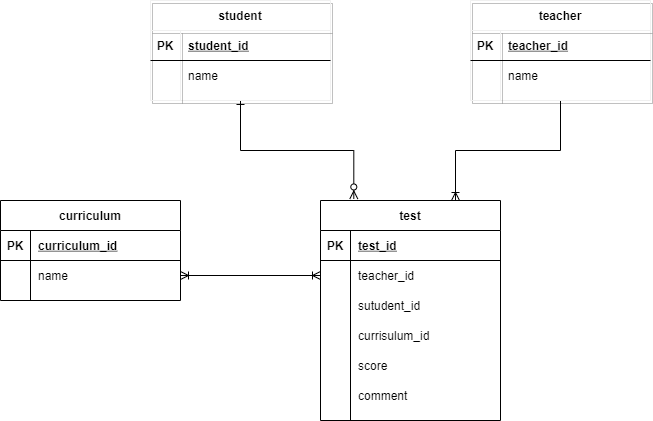
Earlier version of the draw.io export index.drawio.png (hayashi-syake/20210512_hayashi). Source tidied: cells renumbered, new cells last; positions are measured from the earlier drawing's top-left corner, leaving out a move shared by most shapes.
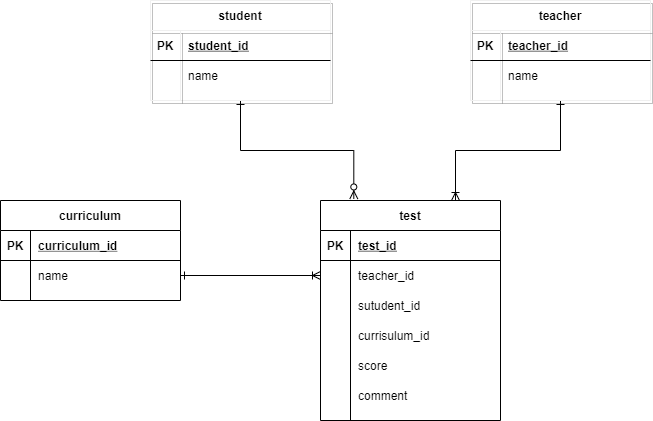
The same diagram one commit later.

Commit message:
カーディナリティ

The edit, as a diff of the source:
```diff
@@ -62,7 +62,7 @@
     <mxCell id="19" value="name" style="shape=partialRectangle;fillColor=none;top=0;left=0;bottom=0;right=0;align=left;spacingLeft=6;overflow=hidden;" parent="17" vertex="1">
       <mxGeometry x="30" width="150" height="30" as="geometry" />
     </mxCell>
-    <mxCell id="20" style="edgeStyle=orthogonalEdgeStyle;rounded=0;jettySize=auto;html=1;entryX=0.75;entryY=0;entryDx=0;entryDy=0;endArrow=ERoneToMany;endFill=0;" parent="1" edge="1" source="21" target="29">
+    <mxCell id="20" style="edgeStyle=orthogonalEdgeStyle;rounded=0;jettySize=auto;html=1;entryX=0.75;entryY=0;entryDx=0;entryDy=0;endArrow=ERoneToMany;endFill=0;startArrow=ERone;startFill=0;" parent="1" edge="1" source="21" target="29">
       <mxGeometry relative="1" as="geometry" />
     </mxCell>
     <mxCell id="21" value="teacher" style="shape=table;startSize=30;rowLines=0;fontStyle=1;align=center;shadow=1;strokeColor=#f0f0f0;fillColor=none;" parent="1" vertex="1">
@@ -86,7 +86,7 @@
     <mxCell id="27" value="name" style="shape=partialRectangle;fillColor=none;top=0;left=0;bottom=0;right=0;align=left;spacingLeft=6;overflow=hidden;" parent="25" vertex="1">
       <mxGeometry x="30" width="150" height="30" as="geometry" />
     </mxCell>
-    <mxCell id="28" style="edgeStyle=orthogonalEdgeStyle;rounded=0;jettySize=auto;html=1;entryX=0;entryY=0.5;entryDx=0;entryDy=0;startArrow=ERoneToMany;startFill=0;endArrow=ERoneToMany;endFill=0;" parent="1" edge="1" source="17">
+    <mxCell id="28" style="edgeStyle=orthogonalEdgeStyle;rounded=0;jettySize=auto;html=1;entryX=0;entryY=0.5;entryDx=0;entryDy=0;startArrow=ERone;startFill=0;endArrow=ERoneToMany;endFill=0;" parent="1" edge="1" source="17">
       <mxGeometry relative="1" as="geometry">
         <mxPoint x="320" y="275" as="targetPoint" />
       </mxGeometry>
```
